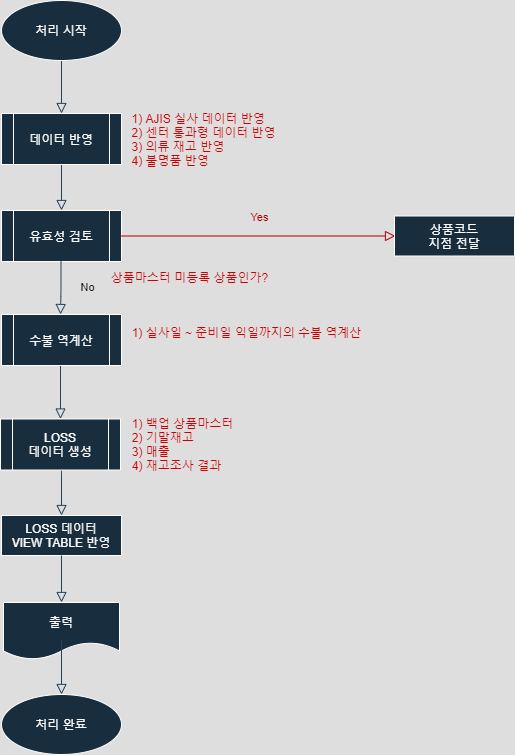
Above: Inventory Confirm.png in seunggeunjo/Flow-Chart (draw.io), before the change. Source tidied: cells renumbered, new cells last; positions are measured from the earlier drawing's top-left corner, leaving out a move shared by most shapes.
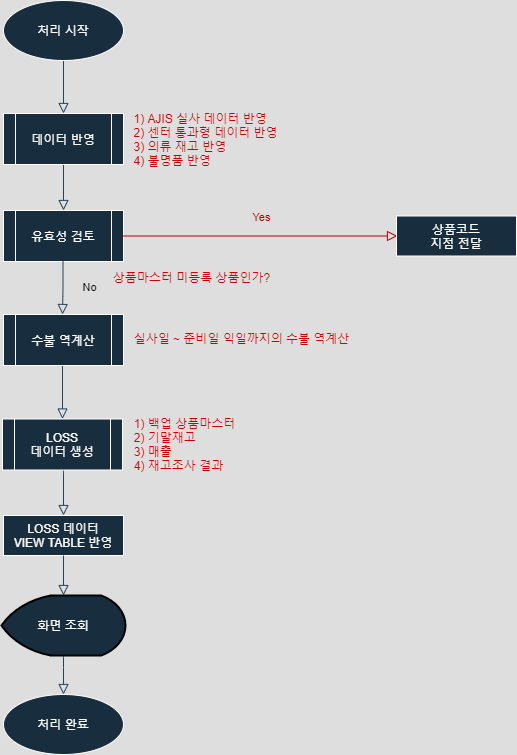
The same file after the commit.

The edit, as a diff of the source:
```diff
@@ -51,15 +51,15 @@
     <mxCell id="13" value="LOSS 데이터&lt;br&gt;VIEW TABLE 반영" style="whiteSpace=wrap;html=1;fontSize=12;glass=0;strokeWidth=1;shadow=0;fillColor=#182E3E;strokeColor=#FFFFFF;fontColor=#FFFFFF;" parent="1" vertex="1">
       <mxGeometry x="1" y="515" width="120" height="40" as="geometry" />
     </mxCell>
-    <mxCell id="14" value="출력" style="shape=document;whiteSpace=wrap;html=1;boundedLbl=1;shadow=0;fontColor=#FFFFFF;strokeColor=#FFFFFF;strokeWidth=1;fillColor=#182E3E;glass=0;" parent="1" vertex="1">
-      <mxGeometry x="3" y="602" width="116" height="57" as="geometry" />
-    </mxCell>
-    <mxCell id="15" style="edgeStyle=orthogonalEdgeStyle;html=1;jettySize=auto;fontSize=11;endArrow=block;endFill=0;endSize=8;strokeWidth=1;shadow=0;labelBackgroundColor=none;strokeColor=#23445D;" parent="1" edge="1" source="13" target="14">
+    <mxCell id="15" style="edgeStyle=orthogonalEdgeStyle;html=1;jettySize=auto;fontSize=11;endArrow=block;endFill=0;endSize=8;strokeWidth=1;shadow=0;labelBackgroundColor=none;strokeColor=#23445D;entryX=0.5;entryY=0;entryDx=0;entryDy=0;entryPerimeter=0;" parent="1" edge="1" source="13" target="24">
       <mxGeometry x="0.03" y="20" relative="1" as="geometry" />
     </mxCell>
-    <mxCell id="16" style="edgeStyle=orthogonalEdgeStyle;html=1;jettySize=auto;fontSize=11;endArrow=block;endFill=0;endSize=8;strokeWidth=1;shadow=0;labelBackgroundColor=none;strokeColor=#23445D;entryX=0.5;entryY=0;entryDx=0;entryDy=0;" parent="1" edge="1" target="7">
+    <mxCell id="16" style="edgeStyle=orthogonalEdgeStyle;html=1;jettySize=auto;fontSize=11;endArrow=block;endFill=0;endSize=8;strokeWidth=1;shadow=0;labelBackgroundColor=none;strokeColor=#23445D;entryX=0.5;entryY=0;entryDx=0;entryDy=0;exitX=0.5;exitY=1;exitDx=0;exitDy=0;exitPerimeter=0;" parent="1" edge="1" source="24" target="7">
       <mxGeometry x="0.03" y="20" relative="1" as="geometry">
-        <mxPoint x="61" y="640" as="sourcePoint" />
+        <Array as="points">
+          <mxPoint x="61" y="657" />
+          <mxPoint x="61" y="657" />
+        </Array>
       </mxGeometry>
     </mxCell>
     <mxCell id="17" value="데이터 반영" style="shape=process;whiteSpace=wrap;html=1;backgroundOutline=1;fillColor=#182E3E;strokeColor=#FFFFFF;fontColor=#FFFFFF;" parent="1" vertex="1">
@@ -74,8 +74,8 @@
     <mxCell id="20" value="수불 역계산" style="shape=process;whiteSpace=wrap;html=1;backgroundOutline=1;fillColor=#182E3E;strokeColor=#FFFFFF;fontColor=#FFFFFF;" parent="1" vertex="1">
       <mxGeometry x="1" y="314" width="120" height="51" as="geometry" />
     </mxCell>
-    <mxCell id="21" value="&lt;div style=&quot;text-align: left&quot;&gt;1) 실사일 ~ 준비일 익일까지의 수불 역계산&lt;/div&gt;" style="text;html=1;align=center;verticalAlign=middle;strokeColor=none;fontColor=#CC0000;" parent="1" vertex="1">
-      <mxGeometry x="126" y="322.5" width="240" height="18" as="geometry" />
+    <mxCell id="21" value="&lt;div style=&quot;text-align: left&quot;&gt;실사일 ~ 준비일 익일까지의 수불 역계산&lt;/div&gt;" style="text;html=1;align=center;verticalAlign=middle;strokeColor=none;fontColor=#CC0000;" parent="1" vertex="1">
+      <mxGeometry x="126" y="328.5" width="226" height="18" as="geometry" />
     </mxCell>
     <mxCell id="22" value="LOSS&lt;br&gt;데이터 생성" style="shape=process;whiteSpace=wrap;html=1;backgroundOutline=1;fillColor=#182E3E;strokeColor=#FFFFFF;fontColor=#FFFFFF;" parent="1" vertex="1">
       <mxGeometry y="418.5" width="120" height="51" as="geometry" />
@@ -83,5 +83,8 @@
     <mxCell id="23" value="&lt;div style=&quot;text-align: left&quot;&gt;1) 백업 상품마스터&lt;br&gt;2) 기말재고&lt;br&gt;3) 매출&lt;br&gt;4) 재고조사 결과&lt;/div&gt;" style="text;html=1;align=center;verticalAlign=middle;strokeColor=none;fontColor=#CC0000;" parent="1" vertex="1">
       <mxGeometry x="126" y="414" width="111" height="60" as="geometry" />
     </mxCell>
+    <mxCell id="24" value="&lt;font color=&quot;#ffffff&quot;&gt;화면 조회&lt;/font&gt;" style="strokeWidth=2;html=1;shape=mxgraph.flowchart.display;whiteSpace=wrap;fontColor=#B20000;fillColor=#182E3E;" parent="1" vertex="1">
+      <mxGeometry x="-1" y="595" width="124" height="60" as="geometry" />
+    </mxCell>
   </root>
 </mxGraphModel>
```
